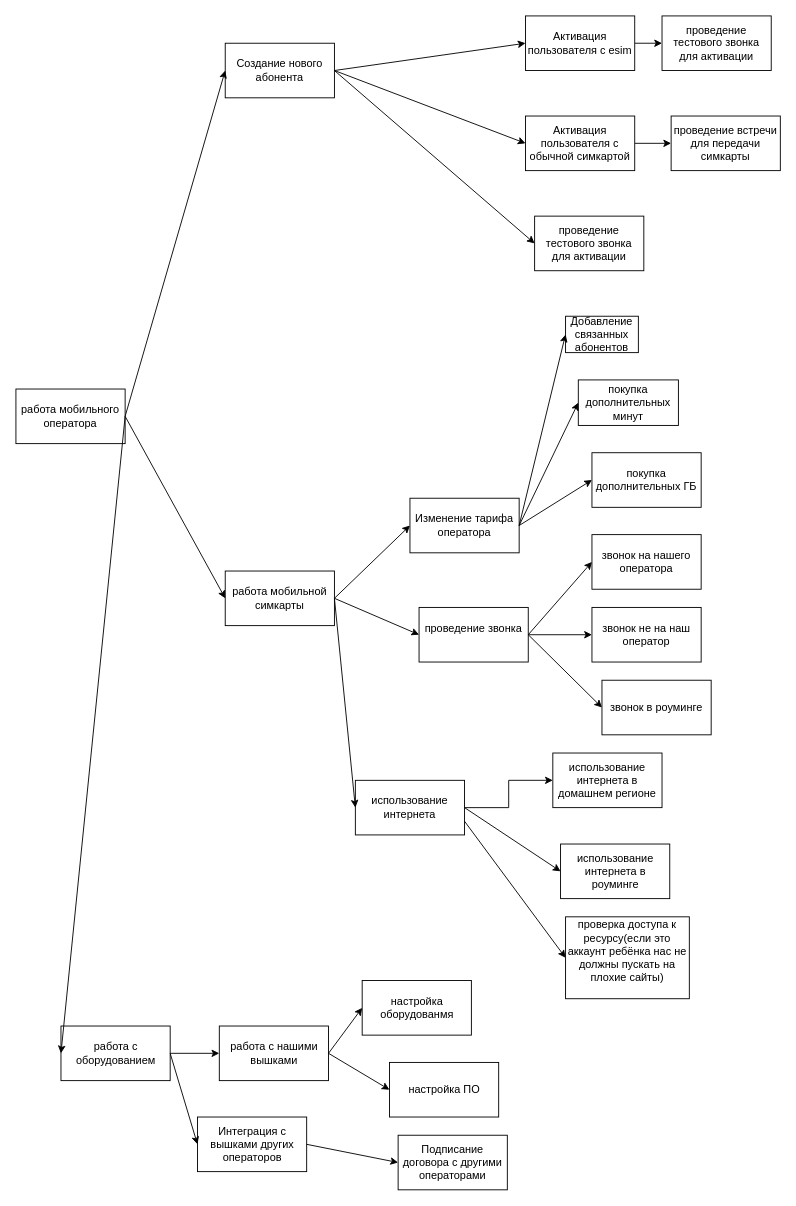
Before: media/zenphone/Диаграмма без названия.drawio in venommile/shop, a draw.io diagram. Source tidied: cells renumbered, new cells numbered last; positions are measured from the earlier drawing's top-left corner, leaving out a move shared by most shapes. Both pictures are drawn from the tidied source at 91%, with x=0, y=0 at pixel (15, 15).
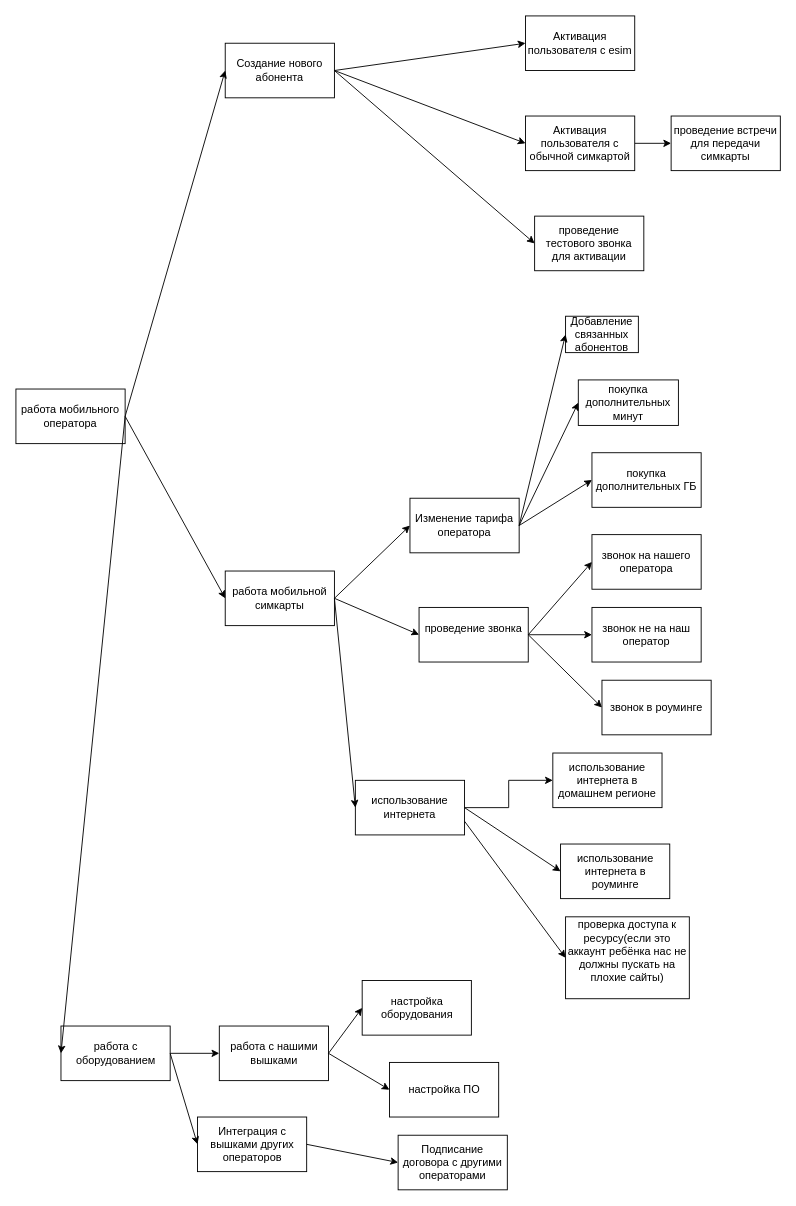
After the change.

Unchanged cells that the change refers to:
```xml
<mxCell id="11" value="Активация пользователя с esim" style="rounded=0;whiteSpace=wrap;html=1;" parent="1" vertex="1">
  <mxGeometry x="560" width="120" height="60" as="geometry" />
</mxCell>
```

The edit, as a diff of the source:
```diff
@@
-    <mxCell id="10" style="edgeStyle=orthogonalEdgeStyle;rounded=0;jettySize=auto;html=1;exitX=1;exitY=0.5;exitDx=0;exitDy=0;entryX=0;entryY=0.5;entryDx=0;entryDy=0;" parent="1" edge="1" source="11" target="17">
-      <mxGeometry relative="1" as="geometry" />
-    </mxCell>
@@
-    <mxCell id="17" value="проведение тестового звонка для активации" style="rounded=0;whiteSpace=wrap;html=1;" parent="1" vertex="1">
-      <mxGeometry x="710" width="120" height="60" as="geometry" />
-    </mxCell>
@@
-    <mxCell id="45" value="настройка оборудованмя" style="rounded=0;whiteSpace=wrap;html=1;" parent="1" vertex="1">
+    <mxCell id="45" value="настройка оборудования" style="rounded=0;whiteSpace=wrap;html=1;" parent="1" vertex="1">
       <mxGeometry x="380.5" y="1060" width="120" height="60" as="geometry" />
     </mxCell>
```
